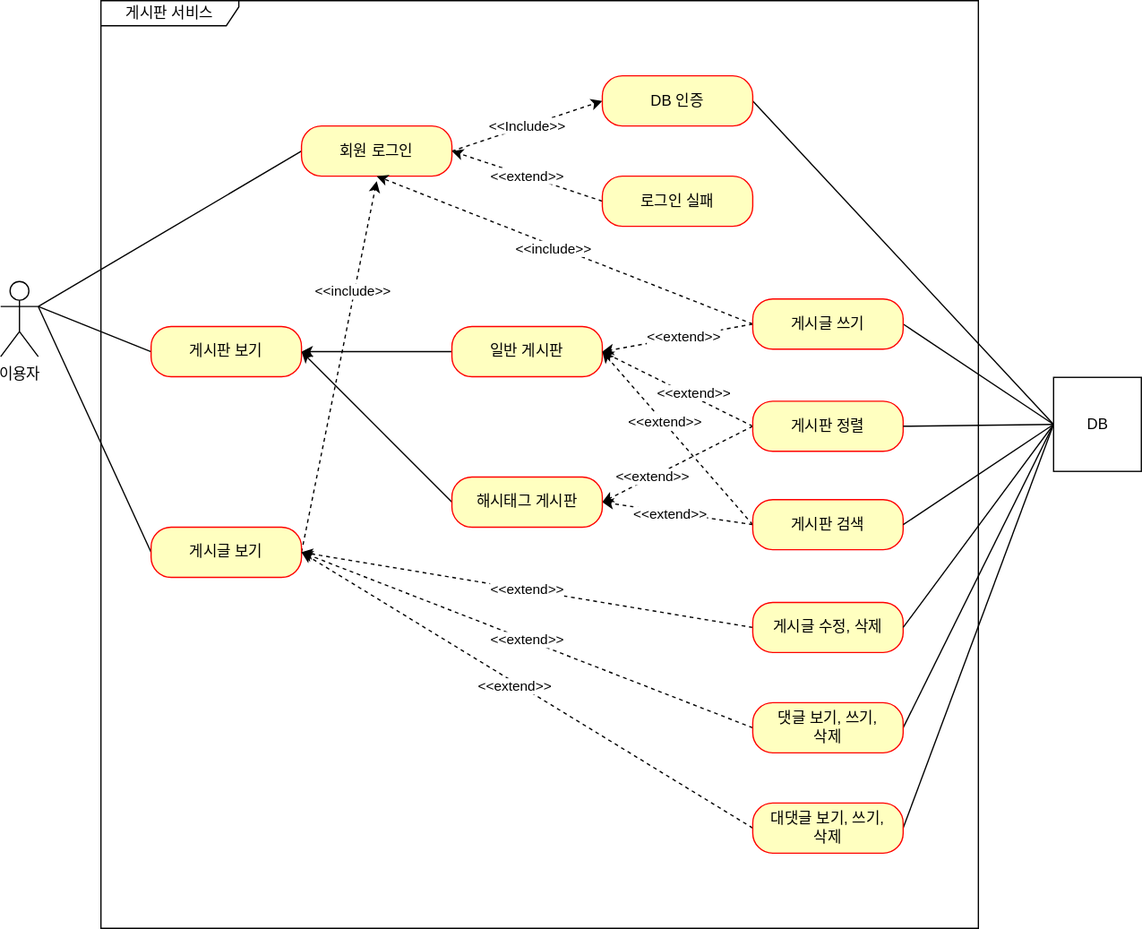
Earlier version of the draw.io export document/use-case.svg (qudalsrnt3x/fastcampus-project-board). Source tidied: cells renumbered, new cells last; positions are measured from the earlier drawing's top-left corner, leaving out a move shared by most shapes.
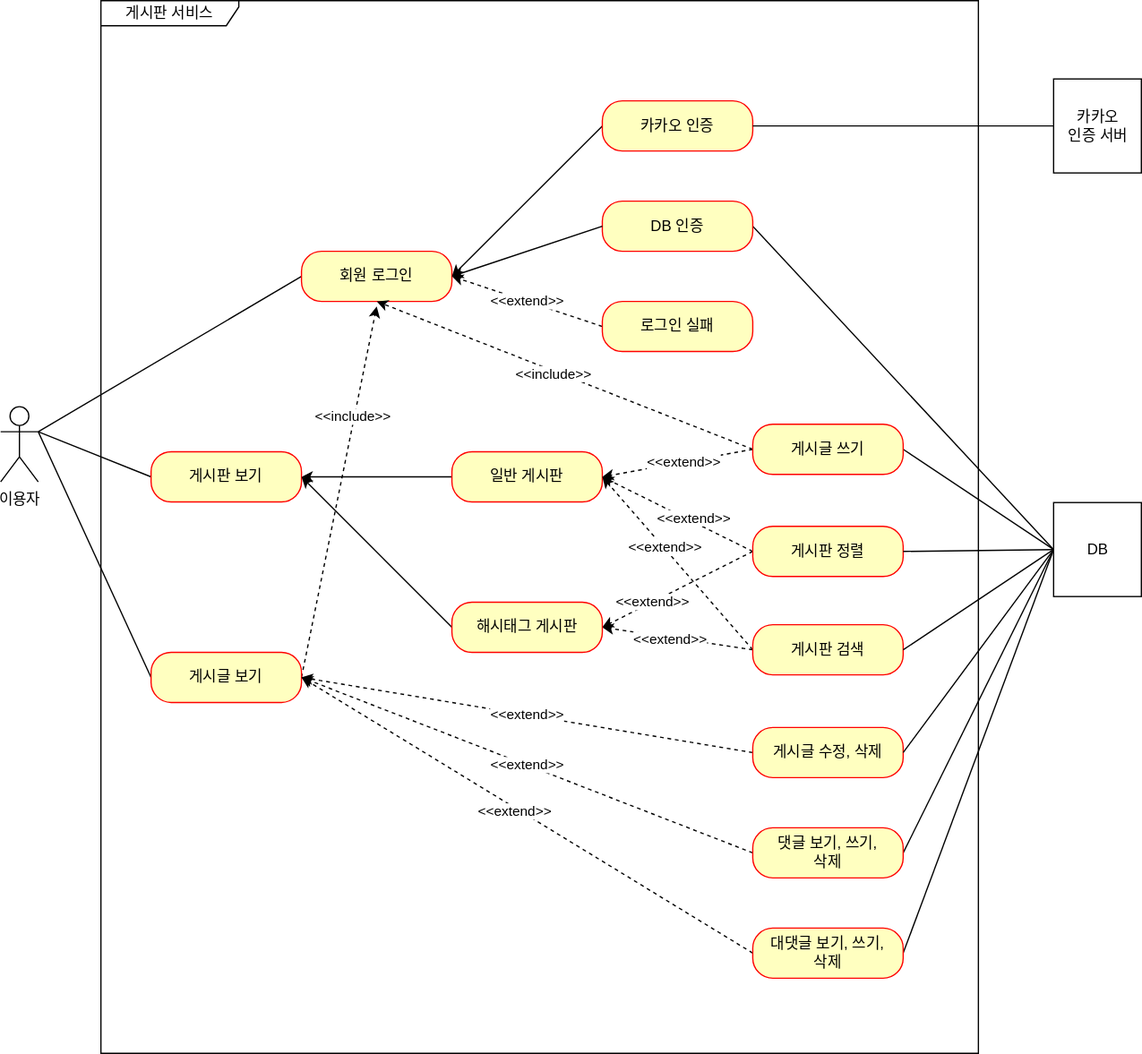
After the commit.

Commit message:
#52 - use-case.svg: 카카오 인증 유즈케이스 추가 (대댓글은 미리 표현)

What changed in the source:
```diff
@@ -6,7 +6,7 @@
       <mxGeometry y="224" width="30" height="60" as="geometry" />
     </mxCell>
     <mxCell id="3" value="게시판 서비스" style="shape=umlFrame;whiteSpace=wrap;html=1;width=110;height=20;" parent="1" vertex="1">
-      <mxGeometry x="80" width="700" height="740" as="geometry" />
+      <mxGeometry x="80" y="-100" width="700" height="840" as="geometry" />
     </mxCell>
     <mxCell id="4" style="rounded=0;jettySize=auto;html=1;exitX=0;exitY=0.5;exitDx=0;exitDy=0;entryX=1;entryY=0.5;entryDx=0;entryDy=0;" parent="1" edge="1" source="5" target="7">
       <mxGeometry relative="1" as="geometry" />
@@ -41,9 +41,6 @@
         <mxPoint x="30" y="244" as="targetPoint" />
       </mxGeometry>
     </mxCell>
-    <mxCell id="13" value="&amp;lt;&amp;lt;Include&amp;gt;&amp;gt;" style="rounded=0;jettySize=auto;html=1;exitX=1;exitY=0.5;exitDx=0;exitDy=0;entryX=0;entryY=0.5;entryDx=0;entryDy=0;dashed=1;" parent="1" edge="1" source="14" target="16">
-      <mxGeometry relative="1" as="geometry" />
-    </mxCell>
     <mxCell id="14" value="회원 로그인" style="rounded=1;whiteSpace=wrap;html=1;arcSize=40;fontColor=#000000;fillColor=#ffffc0;strokeColor=#ff0000;" parent="1" vertex="1">
       <mxGeometry x="240" y="100" width="120" height="40" as="geometry" />
     </mxCell>
@@ -162,5 +159,20 @@
     <mxCell id="51" value="대댓글 보기, 쓰기,&lt;br&gt;삭제" style="rounded=1;whiteSpace=wrap;html=1;arcSize=40;fontColor=#000000;fillColor=#ffffc0;strokeColor=#ff0000;" parent="1" vertex="1">
       <mxGeometry x="600" y="640" width="120" height="40" as="geometry" />
     </mxCell>
+    <mxCell id="52" style="rounded=0;jettySize=auto;html=1;entryX=1;entryY=0.5;entryDx=0;entryDy=0;exitX=0;exitY=0.5;exitDx=0;exitDy=0;" parent="1" edge="1" source="53" target="14">
+      <mxGeometry relative="1" as="geometry" />
+    </mxCell>
+    <mxCell id="53" value="카카오 인증&lt;br&gt;" style="rounded=1;whiteSpace=wrap;html=1;arcSize=40;fontColor=#000000;fillColor=#ffffc0;strokeColor=#ff0000;" parent="1" vertex="1">
+      <mxGeometry x="480" y="-20" width="120" height="40" as="geometry" />
+    </mxCell>
+    <mxCell id="54" style="edgeStyle=orthogonalEdgeStyle;rounded=0;jettySize=auto;html=1;entryX=1;entryY=0.5;entryDx=0;entryDy=0;endArrow=none;endFill=0;" parent="1" edge="1" source="55" target="53">
+      <mxGeometry relative="1" as="geometry" />
+    </mxCell>
+    <mxCell id="55" value="카카오&lt;br&gt;인증 서버" style="html=1;" parent="1" vertex="1">
+      <mxGeometry x="840" y="-37.5" width="70" height="75" as="geometry" />
+    </mxCell>
+    <mxCell id="56" style="rounded=0;jettySize=auto;html=1;entryX=1;entryY=0.5;entryDx=0;entryDy=0;exitX=0;exitY=0.5;exitDx=0;exitDy=0;" parent="1" edge="1" source="16" target="14">
+      <mxGeometry relative="1" as="geometry" />
+    </mxCell>
   </root>
 </mxGraphModel>
```
